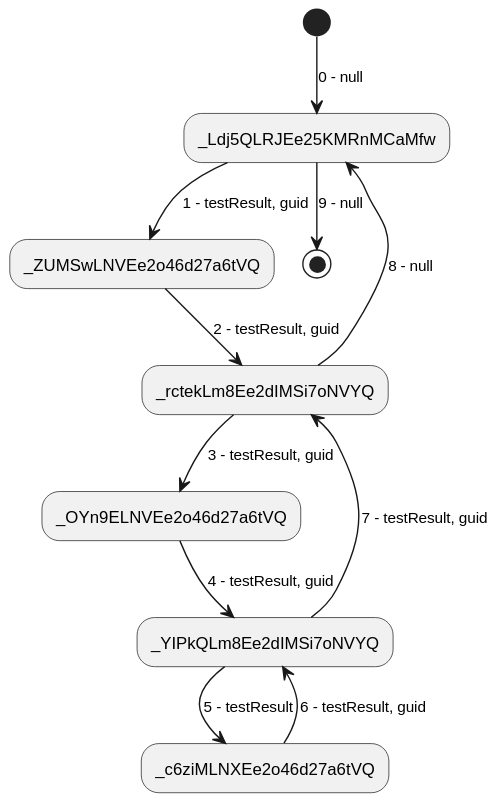
Before: output/action-sequence_2.svg, a diagram exported from PlantUML (abunai-dev/DiagramGenerator).
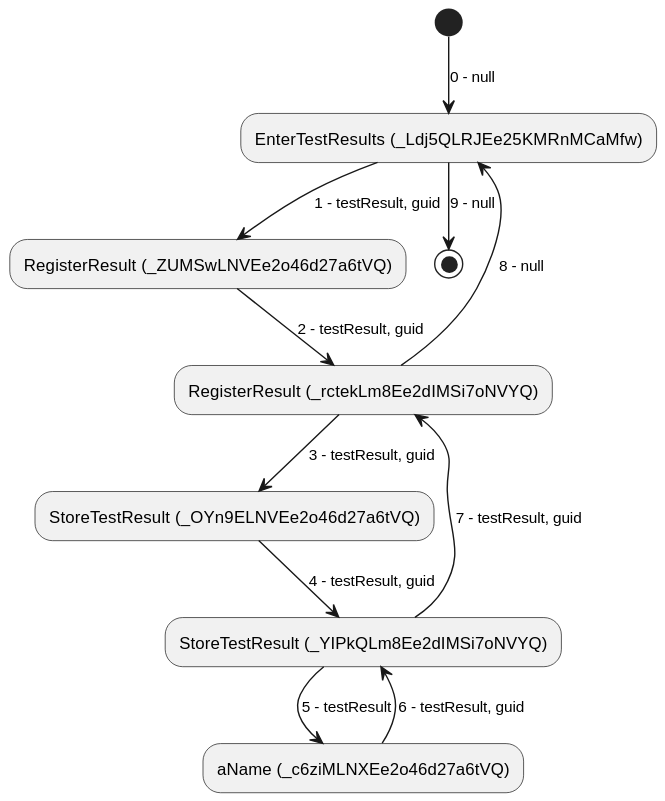
The same diagram one commit later.

Diff of the diagram source:
```diff
@@ -1,12 +1,12 @@
 @startuml
-(*) --> [0 - null] "_Ldj5QLRJEe25KMRnMCaMfw"
-"_Ldj5QLRJEe25KMRnMCaMfw" --> [1 - testResult, guid] "_ZUMSwLNVEe2o46d27a6tVQ"
-"_ZUMSwLNVEe2o46d27a6tVQ" --> [2 - testResult, guid] "_rctekLm8Ee2dIMSi7oNVYQ"
-"_rctekLm8Ee2dIMSi7oNVYQ" --> [3 - testResult, guid] "_OYn9ELNVEe2o46d27a6tVQ"
-"_OYn9ELNVEe2o46d27a6tVQ" --> [4 - testResult, guid] "_YIPkQLm8Ee2dIMSi7oNVYQ"
-"_YIPkQLm8Ee2dIMSi7oNVYQ" --> [5 - testResult] "_c6ziMLNXEe2o46d27a6tVQ"
-"_c6ziMLNXEe2o46d27a6tVQ" --> [6 - testResult, guid] "_YIPkQLm8Ee2dIMSi7oNVYQ"
-"_YIPkQLm8Ee2dIMSi7oNVYQ" --> [7 - testResult, guid] "_rctekLm8Ee2dIMSi7oNVYQ"
-"_rctekLm8Ee2dIMSi7oNVYQ" --> [8 - null] "_Ldj5QLRJEe25KMRnMCaMfw"
-"_Ldj5QLRJEe25KMRnMCaMfw" --> [9 - null] (*)
+(*) --> [0 - null] "EnterTestResults (_Ldj5QLRJEe25KMRnMCaMfw)"
+"EnterTestResults (_Ldj5QLRJEe25KMRnMCaMfw)" --> [1 - testResult, guid] "RegisterResult (_ZUMSwLNVEe2o46d27a6tVQ)"
+"RegisterResult (_ZUMSwLNVEe2o46d27a6tVQ)" --> [2 - testResult, guid] "RegisterResult (_rctekLm8Ee2dIMSi7oNVYQ)"
+"RegisterResult (_rctekLm8Ee2dIMSi7oNVYQ)" --> [3 - testResult, guid] "StoreTestResult (_OYn9ELNVEe2o46d27a6tVQ)"
+"StoreTestResult (_OYn9ELNVEe2o46d27a6tVQ)" --> [4 - testResult, guid] "StoreTestResult (_YIPkQLm8Ee2dIMSi7oNVYQ)"
+"StoreTestResult (_YIPkQLm8Ee2dIMSi7oNVYQ)" --> [5 - testResult] "aName (_c6ziMLNXEe2o46d27a6tVQ)"
+"aName (_c6ziMLNXEe2o46d27a6tVQ)" --> [6 - testResult, guid] "StoreTestResult (_YIPkQLm8Ee2dIMSi7oNVYQ)"
+"StoreTestResult (_YIPkQLm8Ee2dIMSi7oNVYQ)" --> [7 - testResult, guid] "RegisterResult (_rctekLm8Ee2dIMSi7oNVYQ)"
+"RegisterResult (_rctekLm8Ee2dIMSi7oNVYQ)" --> [8 - null] "EnterTestResults (_Ldj5QLRJEe25KMRnMCaMfw)"
+"EnterTestResults (_Ldj5QLRJEe25KMRnMCaMfw)" --> [9 - null] (*)
 @enduml
```
